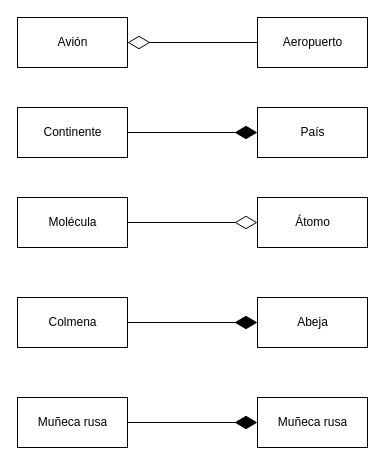
Earlier version of the draw.io diagram ejercicio02/ejercicio02.drawio (mgonzalz/ejerciciosuml). Source tidied: cells renumbered, new cells numbered last; positions are measured from the earlier drawing's top-left corner, leaving out a move shared by most shapes. Both pictures are drawn from the tidied source at 100%, with x=0, y=0 at pixel (17, 17).
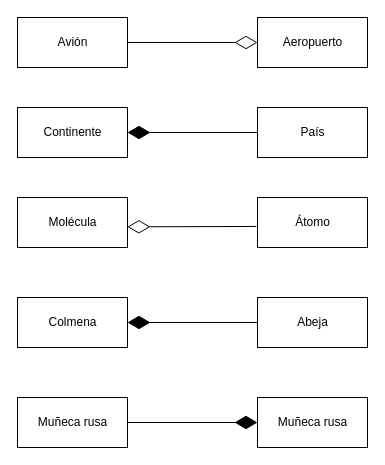
The same page after the edit.

Change to the diagram source:
```diff
@@
 <mxGraphModel>
   <root>
     <mxCell id="0" />
     <mxCell id="1" parent="0" />
-    <mxCell id="2" style="edgeStyle=none;html=1;entryX=0;entryY=0.5;entryDx=0;entryDy=0;endArrow=none;endFill=0;endSize=20;startArrow=diamondThin;startFill=0;targetPerimeterSpacing=20;sourcePerimeterSpacing=0;startSize=20;" parent="1" edge="1" source="3" target="4">
+    <mxCell id="2" style="edgeStyle=none;html=1;entryX=1;entryY=0.5;entryDx=0;entryDy=0;endArrow=none;endFill=0;endSize=20;startArrow=diamondThin;startFill=0;targetPerimeterSpacing=20;sourcePerimeterSpacing=0;startSize=20;exitX=0;exitY=0.5;exitDx=0;exitDy=0;" parent="1" edge="1" source="4" target="3">
       <mxGeometry relative="1" as="geometry" />
     </mxCell>
     <mxCell id="3" value="Avión" style="html=1;" parent="1" vertex="1">
       <mxGeometry width="110" height="50" as="geometry" />
     </mxCell>
     <mxCell id="4" value="Aeropuerto" style="html=1;" parent="1" vertex="1">
       <mxGeometry x="240" width="110" height="50" as="geometry" />
     </mxCell>
     <mxCell id="5" value="Continente" style="html=1;" parent="1" vertex="1">
       <mxGeometry y="90" width="110" height="50" as="geometry" />
     </mxCell>
-    <mxCell id="6" style="edgeStyle=none;html=1;entryX=1;entryY=0.5;entryDx=0;entryDy=0;endArrow=none;endFill=0;endSize=20;startArrow=diamondThin;startFill=1;targetPerimeterSpacing=0;sourcePerimeterSpacing=0;startSize=20;" parent="1" edge="1" source="7" target="5">
+    <mxCell id="6" style="edgeStyle=none;html=1;entryX=0;entryY=0.5;entryDx=0;entryDy=0;endArrow=none;endFill=0;endSize=20;startArrow=diamondThin;startFill=1;targetPerimeterSpacing=0;sourcePerimeterSpacing=0;startSize=20;exitX=1;exitY=0.5;exitDx=0;exitDy=0;" parent="1" edge="1" source="5" target="7">
       <mxGeometry relative="1" as="geometry" />
     </mxCell>
     <mxCell id="7" value="País" style="html=1;" parent="1" vertex="1">
       <mxGeometry x="240" y="90" width="110" height="50" as="geometry" />
     </mxCell>
-    <mxCell id="8" style="edgeStyle=none;html=1;entryX=0;entryY=0.5;entryDx=0;entryDy=0;startArrow=none;startFill=0;endArrow=diamondThin;endFill=0;startSize=20;endSize=20;sourcePerimeterSpacing=0;targetPerimeterSpacing=0;" parent="1" edge="1" source="9" target="10">
+    <mxCell id="8" style="edgeStyle=none;html=1;startArrow=none;startFill=0;endArrow=diamondThin;endFill=0;startSize=20;endSize=20;sourcePerimeterSpacing=0;targetPerimeterSpacing=0;exitX=-0.011;exitY=0.579;exitDx=0;exitDy=0;exitPerimeter=0;entryX=0.999;entryY=0.587;entryDx=0;entryDy=0;entryPerimeter=0;" parent="1" edge="1" source="10" target="9">
       <mxGeometry relative="1" as="geometry" />
     </mxCell>
     <mxCell id="9" value="Molécula" style="html=1;" parent="1" vertex="1">
       <mxGeometry y="180" width="110" height="50" as="geometry" />
     </mxCell>
     <mxCell id="10" value="Átomo" style="html=1;" parent="1" vertex="1">
       <mxGeometry x="240" y="180" width="110" height="50" as="geometry" />
     </mxCell>
-    <mxCell id="11" style="edgeStyle=none;html=1;entryX=0;entryY=0.5;entryDx=0;entryDy=0;startArrow=none;startFill=0;endArrow=diamondThin;endFill=1;startSize=20;endSize=20;sourcePerimeterSpacing=0;targetPerimeterSpacing=0;" parent="1" edge="1" source="12" target="13">
+    <mxCell id="11" style="edgeStyle=none;html=1;startArrow=none;startFill=0;endArrow=diamondThin;endFill=1;startSize=20;endSize=20;sourcePerimeterSpacing=0;targetPerimeterSpacing=0;exitX=0;exitY=0.5;exitDx=0;exitDy=0;entryX=1;entryY=0.5;entryDx=0;entryDy=0;" parent="1" edge="1" source="13" target="12">
       <mxGeometry relative="1" as="geometry" />
     </mxCell>
     <mxCell id="12" value="Colmena" style="html=1;" parent="1" vertex="1">
       <mxGeometry y="280" width="110" height="50" as="geometry" />
     </mxCell>
     <mxCell id="13" value="Abeja" style="html=1;" parent="1" vertex="1">
       <mxGeometry x="240" y="280" width="110" height="50" as="geometry" />
     </mxCell>
     <mxCell id="14" style="edgeStyle=none;html=1;entryX=0;entryY=0.5;entryDx=0;entryDy=0;startArrow=none;startFill=0;endArrow=diamondThin;endFill=1;startSize=20;endSize=20;sourcePerimeterSpacing=0;targetPerimeterSpacing=0;" parent="1" edge="1" source="15" target="16">
       <mxGeometry relative="1" as="geometry" />
     </mxCell>
     <mxCell id="15" value="Muñeca rusa" style="html=1;" parent="1" vertex="1">
       <mxGeometry y="380" width="110" height="50" as="geometry" />
     </mxCell>
     <mxCell id="16" value="Muñeca rusa" style="html=1;" parent="1" vertex="1">
       <mxGeometry x="240" y="380" width="110" height="50" as="geometry" />
     </mxCell>
   </root>
 </mxGraphModel>
```
